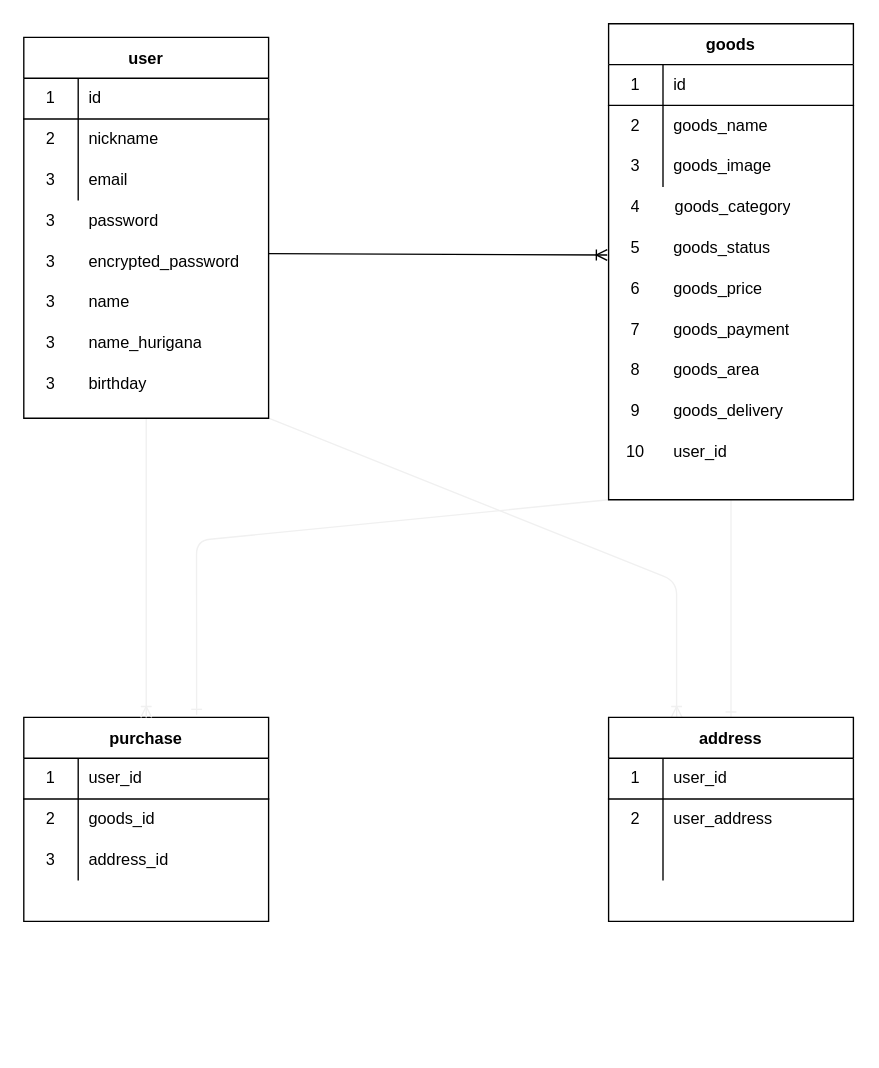
Syota-Hama/furima-36484 keeps this draw.io diagram as furima-36484.dio. Above is the earlier version. Source tidied: cells renumbered, new cells numbered last; positions are measured from the earlier drawing's top-left corner, leaving out a move shared by most shapes. Both pictures are drawn from the tidied source at 136%, with x=0, y=0 at pixel (23, 23).
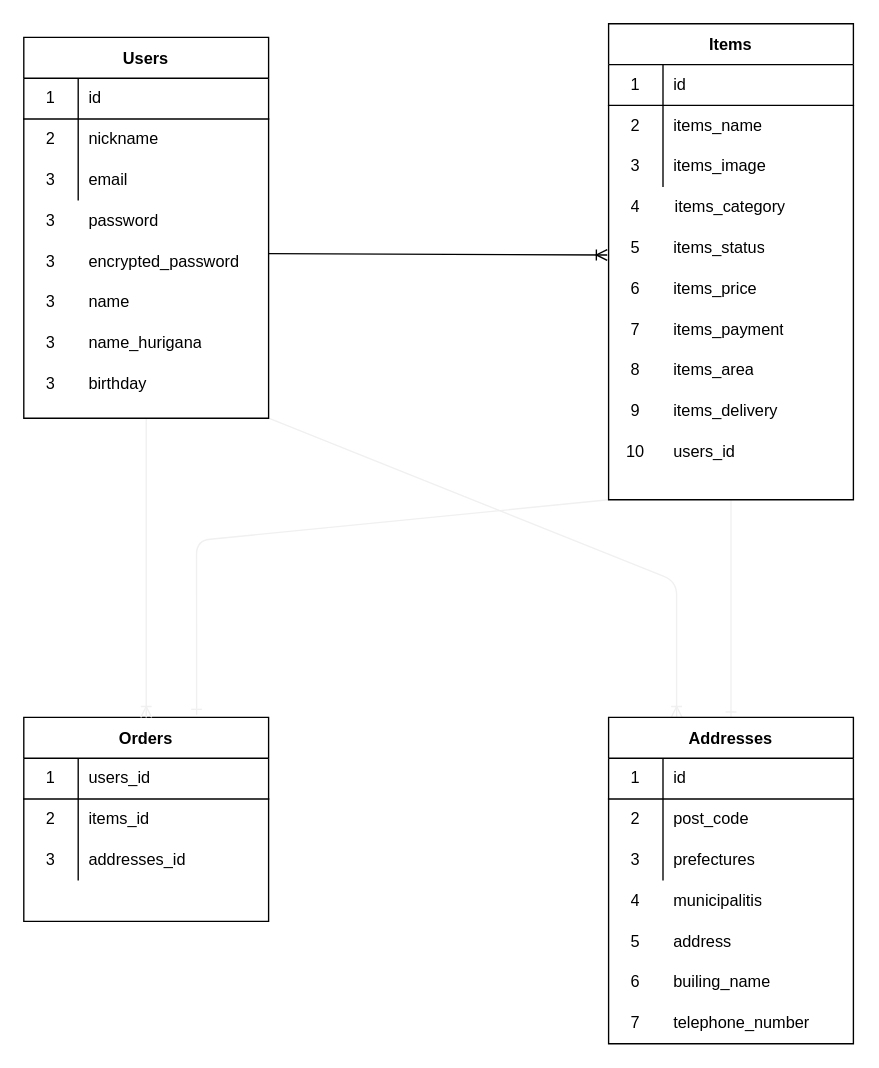
The same diagram, later.

The change refers to these unchanged cells:
```xml
<mxCell id="8" style="shape=partialRectangle;html=1;whiteSpace=wrap;fillColor=none;top=0;left=0;bottom=0;right=0;" parent="4" vertex="1">
  <mxGeometry y="60" width="180" height="30" as="geometry" />
</mxCell>
<mxCell id="11" style="shape=partialRectangle;html=1;whiteSpace=wrap;fillColor=none;top=0;left=0;bottom=0;right=0;" parent="4" vertex="1">
  <mxGeometry y="90" width="180" height="30" as="geometry" />
</mxCell>
<mxCell id="15" style="shape=partialRectangle;html=1;whiteSpace=wrap;fillColor=none;top=0;left=0;bottom=1;right=0;" parent="14" vertex="1">
  <mxGeometry y="30" width="180" height="30" as="geometry" />
</mxCell>
<mxCell id="18" style="shape=partialRectangle;html=1;whiteSpace=wrap;fillColor=none;top=0;left=0;bottom=0;right=0;" parent="14" vertex="1">
  <mxGeometry y="60" width="180" height="30" as="geometry" />
</mxCell>
<mxCell id="21" style="shape=partialRectangle;html=1;whiteSpace=wrap;fillColor=none;top=0;left=0;bottom=0;right=0;" parent="14" vertex="1">
  <mxGeometry y="90" width="180" height="30" as="geometry" />
</mxCell>
<mxCell id="52" style="shape=partialRectangle;html=1;whiteSpace=wrap;fillColor=none;top=0;left=0;bottom=0;right=0;" parent="1" vertex="1">
  <mxGeometry x="430" y="150" width="180" height="30" as="geometry" />
</mxCell>
<mxCell id="55" style="shape=partialRectangle;html=1;whiteSpace=wrap;fillColor=none;top=0;left=0;bottom=0;right=0;" parent="1" vertex="1">
  <mxGeometry x="430" y="180" width="180" height="30" as="geometry" />
</mxCell>
<mxCell id="58" style="shape=partialRectangle;html=1;whiteSpace=wrap;fillColor=none;top=0;left=0;bottom=0;right=0;" parent="1" vertex="1">
  <mxGeometry x="430" y="120" width="180" height="30" as="geometry" />
</mxCell>
<mxCell id="61" style="shape=partialRectangle;html=1;whiteSpace=wrap;fillColor=none;top=0;left=0;bottom=0;right=0;" parent="1" vertex="1">
  <mxGeometry x="430" y="210" width="180" height="30" as="geometry" />
</mxCell>
<mxCell id="64" style="shape=partialRectangle;html=1;whiteSpace=wrap;fillColor=none;top=0;left=0;bottom=0;right=0;" parent="1" vertex="1">
  <mxGeometry x="430" y="240" width="180" height="30" as="geometry" />
</mxCell>
<mxCell id="67" style="shape=partialRectangle;html=1;whiteSpace=wrap;fillColor=none;top=0;left=0;bottom=0;right=0;" parent="1" vertex="1">
  <mxGeometry x="430" y="270" width="180" height="30" as="geometry" />
</mxCell>
<mxCell id="70" style="shape=partialRectangle;html=1;whiteSpace=wrap;fillColor=none;top=0;left=0;bottom=0;right=0;" parent="1" vertex="1">
  <mxGeometry x="430" y="300" width="180" height="30" as="geometry" />
</mxCell>
<mxCell id="74" style="shape=partialRectangle;html=1;whiteSpace=wrap;fillColor=none;top=0;left=0;bottom=1;right=0;" parent="73" vertex="1">
  <mxGeometry y="30" width="180" height="30" as="geometry" />
</mxCell>
<mxCell id="77" style="shape=partialRectangle;html=1;whiteSpace=wrap;fillColor=none;top=0;left=0;bottom=0;right=0;" parent="73" vertex="1">
  <mxGeometry y="60" width="180" height="30" as="geometry" />
</mxCell>
```

Change to the diagram source:
```diff
@@
-    <mxCell id="4" value="goods" style="shape=table;startSize=30;childLayout=tableLayout;rowLines=0;fontStyle=1;align=center;" parent="1" vertex="1">
+    <mxCell id="4" value="Items" style="shape=table;startSize=30;childLayout=tableLayout;rowLines=0;fontStyle=1;align=center;" parent="1" vertex="1">
       <mxGeometry x="430" width="180" height="350" as="geometry" />
     </mxCell>
@@
-    <mxCell id="10" value="goods_name" style="shape=partialRectangle;html=1;whiteSpace=wrap;fillColor=none;top=0;left=0;bottom=0;right=0;align=left;spacingLeft=6;overflow=hidden;" parent="8" vertex="1">
+    <mxCell id="10" value="items_name" style="shape=partialRectangle;html=1;whiteSpace=wrap;fillColor=none;top=0;left=0;bottom=0;right=0;align=left;spacingLeft=6;overflow=hidden;" parent="8" vertex="1">
       <mxGeometry x="40" width="140" height="30" as="geometry" />
     </mxCell>
@@
-    <mxCell id="13" value="goods_image" style="shape=partialRectangle;html=1;whiteSpace=wrap;fillColor=none;top=0;left=0;bottom=0;right=0;align=left;spacingLeft=6;overflow=hidden;" parent="11" vertex="1">
+    <mxCell id="13" value="items_image" style="shape=partialRectangle;html=1;whiteSpace=wrap;fillColor=none;top=0;left=0;bottom=0;right=0;align=left;spacingLeft=6;overflow=hidden;" parent="11" vertex="1">
       <mxGeometry x="40" width="140" height="30" as="geometry" />
     </mxCell>
-    <mxCell id="14" value="purchase" style="shape=table;startSize=30;childLayout=tableLayout;rowLines=0;fontStyle=1;align=center;" parent="1" vertex="1">
+    <mxCell id="14" value="Orders" style="shape=table;startSize=30;childLayout=tableLayout;rowLines=0;fontStyle=1;align=center;" parent="1" vertex="1">
       <mxGeometry y="510" width="180" height="150" as="geometry" />
     </mxCell>
@@
-    <mxCell id="17" value="user_id" style="shape=partialRectangle;html=1;whiteSpace=wrap;fillColor=none;top=0;left=0;bottom=0;right=0;align=left;spacingLeft=6;overflow=hidden;" parent="15" vertex="1">
+    <mxCell id="17" value="users_id" style="shape=partialRectangle;html=1;whiteSpace=wrap;fillColor=none;top=0;left=0;bottom=0;right=0;align=left;spacingLeft=6;overflow=hidden;" parent="15" vertex="1">
       <mxGeometry x="40" width="140" height="30" as="geometry" />
     </mxCell>
@@
-    <mxCell id="20" value="goods_id" style="shape=partialRectangle;html=1;whiteSpace=wrap;fillColor=none;top=0;left=0;bottom=0;right=0;align=left;spacingLeft=6;overflow=hidden;" parent="18" vertex="1">
+    <mxCell id="20" value="items_id" style="shape=partialRectangle;html=1;whiteSpace=wrap;fillColor=none;top=0;left=0;bottom=0;right=0;align=left;spacingLeft=6;overflow=hidden;" parent="18" vertex="1">
       <mxGeometry x="40" width="140" height="30" as="geometry" />
     </mxCell>
@@
-    <mxCell id="23" value="address_id" style="shape=partialRectangle;html=1;whiteSpace=wrap;fillColor=none;top=0;left=0;bottom=0;right=0;align=left;spacingLeft=6;overflow=hidden;" parent="21" vertex="1">
+    <mxCell id="23" value="addresses_id" style="shape=partialRectangle;html=1;whiteSpace=wrap;fillColor=none;top=0;left=0;bottom=0;right=0;align=left;spacingLeft=6;overflow=hidden;" parent="21" vertex="1">
       <mxGeometry x="40" width="140" height="30" as="geometry" />
     </mxCell>
@@
-    <mxCell id="26" value="user" style="shape=table;startSize=30;childLayout=tableLayout;rowLines=0;fontStyle=1;align=center;" parent="1" vertex="1">
+    <mxCell id="26" value="Users" style="shape=table;startSize=30;childLayout=tableLayout;rowLines=0;fontStyle=1;align=center;" parent="1" vertex="1">
       <mxGeometry y="10" width="180" height="280" as="geometry" />
     </mxCell>
@@
-    <mxCell id="54" value="goods_status" style="shape=partialRectangle;html=1;whiteSpace=wrap;fillColor=none;top=0;left=0;bottom=0;right=0;align=left;spacingLeft=6;overflow=hidden;" parent="52" vertex="1">
+    <mxCell id="54" value="items_status" style="shape=partialRectangle;html=1;whiteSpace=wrap;fillColor=none;top=0;left=0;bottom=0;right=0;align=left;spacingLeft=6;overflow=hidden;" parent="52" vertex="1">
       <mxGeometry x="40" width="140" height="30" as="geometry" />
     </mxCell>
@@
-    <mxCell id="57" value="goods_price" style="shape=partialRectangle;html=1;whiteSpace=wrap;fillColor=none;top=0;left=0;bottom=0;right=0;align=left;spacingLeft=6;overflow=hidden;" parent="55" vertex="1">
+    <mxCell id="57" value="items_price" style="shape=partialRectangle;html=1;whiteSpace=wrap;fillColor=none;top=0;left=0;bottom=0;right=0;align=left;spacingLeft=6;overflow=hidden;" parent="55" vertex="1">
       <mxGeometry x="40" width="140" height="30" as="geometry" />
     </mxCell>
@@
-    <mxCell id="60" value="goods_category" style="shape=partialRectangle;html=1;whiteSpace=wrap;fillColor=none;top=0;left=0;bottom=0;right=0;align=left;spacingLeft=6;overflow=hidden;" parent="58" vertex="1">
+    <mxCell id="60" value="items_category" style="shape=partialRectangle;html=1;whiteSpace=wrap;fillColor=none;top=0;left=0;bottom=0;right=0;align=left;spacingLeft=6;overflow=hidden;" parent="58" vertex="1">
       <mxGeometry x="41" width="140" height="30" as="geometry" />
     </mxCell>
@@
-    <mxCell id="63" value="goods_payment" style="shape=partialRectangle;html=1;whiteSpace=wrap;fillColor=none;top=0;left=0;bottom=0;right=0;align=left;spacingLeft=6;overflow=hidden;" parent="61" vertex="1">
+    <mxCell id="63" value="items_payment" style="shape=partialRectangle;html=1;whiteSpace=wrap;fillColor=none;top=0;left=0;bottom=0;right=0;align=left;spacingLeft=6;overflow=hidden;" parent="61" vertex="1">
       <mxGeometry x="40" width="140" height="30" as="geometry" />
     </mxCell>
@@
-    <mxCell id="66" value="goods_area" style="shape=partialRectangle;html=1;whiteSpace=wrap;fillColor=none;top=0;left=0;bottom=0;right=0;align=left;spacingLeft=6;overflow=hidden;" parent="64" vertex="1">
+    <mxCell id="66" value="items_area" style="shape=partialRectangle;html=1;whiteSpace=wrap;fillColor=none;top=0;left=0;bottom=0;right=0;align=left;spacingLeft=6;overflow=hidden;" parent="64" vertex="1">
       <mxGeometry x="40" width="140" height="30" as="geometry" />
     </mxCell>
@@
-    <mxCell id="69" value="goods_delivery" style="shape=partialRectangle;html=1;whiteSpace=wrap;fillColor=none;top=0;left=0;bottom=0;right=0;align=left;spacingLeft=6;overflow=hidden;" parent="67" vertex="1">
+    <mxCell id="69" value="items_delivery" style="shape=partialRectangle;html=1;whiteSpace=wrap;fillColor=none;top=0;left=0;bottom=0;right=0;align=left;spacingLeft=6;overflow=hidden;" parent="67" vertex="1">
       <mxGeometry x="40" width="140" height="30" as="geometry" />
     </mxCell>
@@
-    <mxCell id="72" value="user_id" style="shape=partialRectangle;html=1;whiteSpace=wrap;fillColor=none;top=0;left=0;bottom=0;right=0;align=left;spacingLeft=6;overflow=hidden;" parent="70" vertex="1">
+    <mxCell id="72" value="users_id" style="shape=partialRectangle;html=1;whiteSpace=wrap;fillColor=none;top=0;left=0;bottom=0;right=0;align=left;spacingLeft=6;overflow=hidden;" parent="70" vertex="1">
       <mxGeometry x="40" width="140" height="30" as="geometry" />
     </mxCell>
-    <mxCell id="73" value="address" style="shape=table;startSize=30;childLayout=tableLayout;rowLines=0;fontStyle=1;align=center;" parent="1" vertex="1">
-      <mxGeometry x="430" y="510" width="180" height="150" as="geometry" />
+    <mxCell id="73" value="Addresses" style="shape=table;startSize=30;childLayout=tableLayout;rowLines=0;fontStyle=1;align=center;" parent="1" vertex="1">
+      <mxGeometry x="430" y="510" width="180" height="240" as="geometry" />
     </mxCell>
@@
-    <mxCell id="76" value="user_id" style="shape=partialRectangle;html=1;whiteSpace=wrap;fillColor=none;top=0;left=0;bottom=0;right=0;align=left;spacingLeft=6;overflow=hidden;" parent="74" vertex="1">
+    <mxCell id="76" value="id" style="shape=partialRectangle;html=1;whiteSpace=wrap;fillColor=none;top=0;left=0;bottom=0;right=0;align=left;spacingLeft=6;overflow=hidden;" parent="74" vertex="1">
       <mxGeometry x="40" width="140" height="30" as="geometry" />
     </mxCell>
@@
-    <mxCell id="79" value="user_address" style="shape=partialRectangle;html=1;whiteSpace=wrap;fillColor=none;top=0;left=0;bottom=0;right=0;align=left;spacingLeft=6;overflow=hidden;" parent="77" vertex="1">
+    <mxCell id="79" value="post_code" style="shape=partialRectangle;html=1;whiteSpace=wrap;fillColor=none;top=0;left=0;bottom=0;right=0;align=left;spacingLeft=6;overflow=hidden;" parent="77" vertex="1">
       <mxGeometry x="40" width="140" height="30" as="geometry" />
     </mxCell>
@@
+    <mxCell id="83" style="shape=partialRectangle;html=1;whiteSpace=wrap;fillColor=none;top=0;left=0;bottom=0;right=0;" parent="1" vertex="1">
+      <mxGeometry x="430" y="600" width="180" height="30" as="geometry" />
+    </mxCell>
+    <mxCell id="84" value="3" style="shape=partialRectangle;html=1;whiteSpace=wrap;fillColor=none;top=0;left=0;bottom=0;right=0;overflow=hidden;" parent="83" vertex="1">
+      <mxGeometry width="40" height="30" as="geometry" />
+    </mxCell>
+    <mxCell id="85" value="prefectures" style="shape=partialRectangle;html=1;whiteSpace=wrap;fillColor=none;top=0;left=0;bottom=0;right=0;align=left;spacingLeft=6;overflow=hidden;" parent="83" vertex="1">
+      <mxGeometry x="40" width="140" height="30" as="geometry" />
+    </mxCell>
+    <mxCell id="86" style="shape=partialRectangle;html=1;whiteSpace=wrap;fillColor=none;top=0;left=0;bottom=0;right=0;" parent="1" vertex="1">
+      <mxGeometry x="430" y="630" width="180" height="30" as="geometry" />
+    </mxCell>
+    <mxCell id="87" value="4" style="shape=partialRectangle;html=1;whiteSpace=wrap;fillColor=none;top=0;left=0;bottom=0;right=0;overflow=hidden;" parent="86" vertex="1">
+      <mxGeometry width="40" height="30" as="geometry" />
+    </mxCell>
+    <mxCell id="88" value="municipalitis" style="shape=partialRectangle;html=1;whiteSpace=wrap;fillColor=none;top=0;left=0;bottom=0;right=0;align=left;spacingLeft=6;overflow=hidden;" parent="86" vertex="1">
+      <mxGeometry x="40" width="140" height="30" as="geometry" />
+    </mxCell>
+    <mxCell id="89" style="shape=partialRectangle;html=1;whiteSpace=wrap;fillColor=none;top=0;left=0;bottom=0;right=0;" parent="1" vertex="1">
+      <mxGeometry x="430" y="660" width="180" height="30" as="geometry" />
+    </mxCell>
+    <mxCell id="90" value="5" style="shape=partialRectangle;html=1;whiteSpace=wrap;fillColor=none;top=0;left=0;bottom=0;right=0;overflow=hidden;" parent="89" vertex="1">
+      <mxGeometry width="40" height="30" as="geometry" />
+    </mxCell>
+    <mxCell id="91" value="address" style="shape=partialRectangle;html=1;whiteSpace=wrap;fillColor=none;top=0;left=0;bottom=0;right=0;align=left;spacingLeft=6;overflow=hidden;" parent="89" vertex="1">
+      <mxGeometry x="40" width="140" height="30" as="geometry" />
+    </mxCell>
+    <mxCell id="92" style="shape=partialRectangle;html=1;whiteSpace=wrap;fillColor=none;top=0;left=0;bottom=0;right=0;" parent="1" vertex="1">
+      <mxGeometry x="430" y="690" width="180" height="30" as="geometry" />
+    </mxCell>
+    <mxCell id="93" value="6" style="shape=partialRectangle;html=1;whiteSpace=wrap;fillColor=none;top=0;left=0;bottom=0;right=0;overflow=hidden;" parent="92" vertex="1">
+      <mxGeometry width="40" height="30" as="geometry" />
+    </mxCell>
+    <mxCell id="94" value="builing_name" style="shape=partialRectangle;html=1;whiteSpace=wrap;fillColor=none;top=0;left=0;bottom=0;right=0;align=left;spacingLeft=6;overflow=hidden;" parent="92" vertex="1">
+      <mxGeometry x="40" width="140" height="30" as="geometry" />
+    </mxCell>
+    <mxCell id="95" style="shape=partialRectangle;html=1;whiteSpace=wrap;fillColor=none;top=0;left=0;bottom=0;right=0;" parent="1" vertex="1">
+      <mxGeometry x="430" y="720" width="180" height="30" as="geometry" />
+    </mxCell>
+    <mxCell id="96" value="7" style="shape=partialRectangle;html=1;whiteSpace=wrap;fillColor=none;top=0;left=0;bottom=0;right=0;overflow=hidden;" parent="95" vertex="1">
+      <mxGeometry width="40" height="30" as="geometry" />
+    </mxCell>
+    <mxCell id="97" value="telephone_number" style="shape=partialRectangle;html=1;whiteSpace=wrap;fillColor=none;top=0;left=0;bottom=0;right=0;align=left;spacingLeft=6;overflow=hidden;" parent="95" vertex="1">
+      <mxGeometry x="40" width="140" height="30" as="geometry" />
+    </mxCell>
```
